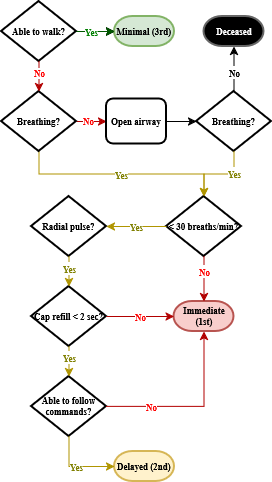
Atsina/images keeps this draw.io diagram as Triage Flowchart.drawio.png. Above is the earlier version. Source tidied: cells renumbered, new cells last; positions are measured from the earlier drawing's top-left corner, leaving out a move shared by most shapes.
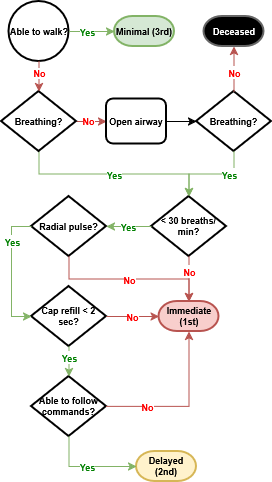
The same diagram one commit later.

Diff of the diagram source:
```diff
@@ -5,16 +5,10 @@
     <mxCell id="2" value="Minimal (3rd)" style="strokeWidth=2;html=1;shape=mxgraph.flowchart.terminator;whiteSpace=wrap;fillColor=#d5e8d4;strokeColor=#82b366;fontSize=9;fontStyle=1;verticalAlign=middle;" parent="1" vertex="1">
       <mxGeometry x="113" y="15" width="60" height="30" as="geometry" />
     </mxCell>
-    <mxCell id="3" style="edgeStyle=orthogonalEdgeStyle;rounded=0;jettySize=auto;html=1;" parent="1" edge="1" source="5" target="2">
-      <mxGeometry relative="1" as="geometry" />
-    </mxCell>
-    <mxCell id="4" style="edgeStyle=orthogonalEdgeStyle;rounded=0;jettySize=auto;html=1;" parent="1" edge="1" source="5" target="2">
-      <mxGeometry relative="1" as="geometry" />
-    </mxCell>
-    <mxCell id="5" value="&lt;div align=&quot;justify&quot;&gt;&lt;font&gt;Able to walk?&lt;/font&gt;&lt;/div&gt;" style="strokeWidth=2;html=1;shape=mxgraph.flowchart.decision;whiteSpace=wrap;fontSize=9;fontStyle=1;verticalAlign=middle;" parent="1" vertex="1">
-      <mxGeometry width="75" height="60" as="geometry" />
+    <mxCell id="5" value="&lt;div align=&quot;justify&quot;&gt;&lt;font&gt;Able to walk?&lt;/font&gt;&lt;/div&gt;" style="ellipse;whiteSpace=wrap;html=1;fontSize=9;strokeWidth=2;fontStyle=1;" parent="1" vertex="1">
+      <mxGeometry x="7.5" width="60" height="60" as="geometry" />
     </mxCell>
-    <mxCell id="6" style="edgeStyle=orthogonalEdgeStyle;rounded=0;jettySize=auto;html=1;exitX=1;exitY=0.5;exitDx=0;exitDy=0;exitPerimeter=0;entryX=0;entryY=0.5;entryDx=0;entryDy=0;align=center;strokeColor=#B20000;fillColor=#e51400;" parent="1" edge="1" source="9" target="10">
+    <mxCell id="6" style="edgeStyle=orthogonalEdgeStyle;rounded=0;jettySize=auto;html=1;exitX=1;exitY=0.5;exitDx=0;exitDy=0;exitPerimeter=0;entryX=0;entryY=0.5;entryDx=0;entryDy=0;align=center;strokeColor=#b85450;fillColor=#f8cecc;" parent="1" edge="1" source="9" target="10">
       <mxGeometry relative="1" as="geometry" />
     </mxCell>
     <mxCell id="7" value="&lt;font style=&quot;font-size: 9px;&quot;&gt;&lt;b&gt;No&lt;/b&gt;&lt;/font&gt;" style="edgeLabel;html=1;align=center;verticalAlign=middle;fontColor=light-dark(#ff0000, #ededed);" parent="6" vertex="1">
@@ -22,7 +16,7 @@
         <mxPoint x="3" y="-2" as="offset" />
       </mxGeometry>
     </mxCell>
-    <mxCell id="8" value="&lt;font style=&quot;font-size: 9px;&quot;&gt;&lt;b&gt;Yes&lt;/b&gt;&lt;/font&gt;" style="edgeStyle=orthogonalEdgeStyle;rounded=0;jettySize=auto;html=1;exitX=0.5;exitY=1;exitDx=0;exitDy=0;exitPerimeter=0;strokeColor=#B09500;fontColor=light-dark(#808000, #808000);fillColor=#e3c800;" parent="1" edge="1" source="9" target="13">
+    <mxCell id="8" value="&lt;font style=&quot;font-size: 9px;&quot;&gt;&lt;b&gt;Yes&lt;/b&gt;&lt;/font&gt;" style="edgeStyle=orthogonalEdgeStyle;rounded=0;jettySize=auto;html=1;exitX=0.5;exitY=1;exitDx=0;exitDy=0;exitPerimeter=0;strokeColor=#82b366;fontColor=light-dark(#008000, #ededed);fillColor=#d5e8d4;" parent="1" edge="1" source="9" target="13">
       <mxGeometry relative="1" as="geometry" />
     </mxCell>
     <mxCell id="9" value="Breathing?" style="strokeWidth=2;html=1;shape=mxgraph.flowchart.decision;whiteSpace=wrap;fontSize=9;fontStyle=1;verticalAlign=middle;" parent="1" vertex="1">
@@ -38,7 +32,7 @@
       <mxGeometry x="202.5" y="15" width="60" height="30" as="geometry" />
     </mxCell>
     <mxCell id="13" value="&amp;lt; 30 breaths/min?" style="strokeWidth=2;html=1;shape=mxgraph.flowchart.decision;whiteSpace=wrap;fontSize=9;fontStyle=1;verticalAlign=middle;" parent="1" vertex="1">
-      <mxGeometry x="165" y="195" width="75" height="60" as="geometry" />
+      <mxGeometry x="150" y="195" width="75" height="60" as="geometry" />
     </mxCell>
     <mxCell id="14" value="Radial pulse?" style="strokeWidth=2;html=1;shape=mxgraph.flowchart.decision;whiteSpace=wrap;fontSize=9;fontStyle=1;verticalAlign=middle;" parent="1" vertex="1">
       <mxGeometry x="30" y="195" width="75" height="60" as="geometry" />
@@ -50,12 +44,12 @@
       <mxGeometry x="30" y="375" width="75" height="60" as="geometry" />
     </mxCell>
     <mxCell id="17" value="Delayed (2nd)" style="strokeWidth=2;html=1;shape=mxgraph.flowchart.terminator;whiteSpace=wrap;fillColor=#fff2cc;strokeColor=#d6b656;fontSize=9;fontStyle=1;verticalAlign=middle;" parent="1" vertex="1">
-      <mxGeometry x="113" y="450" width="60" height="30" as="geometry" />
+      <mxGeometry x="135" y="450" width="60" height="30" as="geometry" />
     </mxCell>
     <mxCell id="18" value="Immediate (1st)" style="strokeWidth=2;html=1;shape=mxgraph.flowchart.terminator;whiteSpace=wrap;fillColor=#f8cecc;strokeColor=#b85450;fontSize=9;fontStyle=1;verticalAlign=middle;" parent="1" vertex="1">
-      <mxGeometry x="172.5" y="300" width="60" height="30" as="geometry" />
+      <mxGeometry x="157.5" y="300" width="60" height="30" as="geometry" />
     </mxCell>
-    <mxCell id="19" style="edgeStyle=orthogonalEdgeStyle;rounded=0;jettySize=auto;html=1;exitX=0.5;exitY=1;exitDx=0;exitDy=0;exitPerimeter=0;entryX=0.5;entryY=0;entryDx=0;entryDy=0;entryPerimeter=0;strokeColor=#B20000;fillColor=#e51400;" parent="1" edge="1" source="5" target="9">
+    <mxCell id="19" style="edgeStyle=orthogonalEdgeStyle;rounded=0;jettySize=auto;html=1;exitX=0.5;exitY=1;exitDx=0;exitDy=0;exitPerimeter=0;entryX=0.5;entryY=0;entryDx=0;entryDy=0;entryPerimeter=0;strokeColor=#b85450;fillColor=#f8cecc;" parent="1" edge="1" source="5" target="9">
       <mxGeometry relative="1" as="geometry" />
     </mxCell>
     <mxCell id="20" value="&lt;b&gt;No&lt;/b&gt;" style="edgeLabel;html=1;align=center;verticalAlign=middle;fontSize=9;fontColor=light-dark(#ff0000, #ededed);" parent="19" vertex="1">
@@ -63,54 +57,56 @@
         <mxPoint y="-1" as="offset" />
       </mxGeometry>
     </mxCell>
-    <mxCell id="21" style="edgeStyle=orthogonalEdgeStyle;rounded=0;jettySize=auto;html=1;exitX=0.5;exitY=0;exitDx=0;exitDy=0;exitPerimeter=0;entryX=0.5;entryY=1;entryDx=0;entryDy=0;entryPerimeter=0;strokeColor=light-dark(#000000, #000000);fillColor=#e51400;" parent="1" edge="1" source="11" target="12">
+    <mxCell id="21" style="edgeStyle=orthogonalEdgeStyle;rounded=0;jettySize=auto;html=1;exitX=0.5;exitY=0;exitDx=0;exitDy=0;exitPerimeter=0;entryX=0.5;entryY=1;entryDx=0;entryDy=0;entryPerimeter=0;strokeColor=#b85450;fillColor=#f8cecc;" parent="1" edge="1" source="11" target="12">
       <mxGeometry relative="1" as="geometry" />
     </mxCell>
-    <mxCell id="22" value="&lt;font style=&quot;font-size: 9px;&quot;&gt;&lt;b&gt;No&lt;/b&gt;&lt;/font&gt;" style="edgeLabel;html=1;align=center;verticalAlign=middle;fontColor=light-dark(#000000, #000000);" parent="21" vertex="1">
+    <mxCell id="22" value="&lt;font style=&quot;font-size: 9px;&quot;&gt;&lt;b&gt;No&lt;/b&gt;&lt;/font&gt;" style="edgeLabel;html=1;align=center;verticalAlign=middle;fontColor=light-dark(#ff0000, #ededed);" parent="21" vertex="1">
       <mxGeometry x="-0.1" relative="1" as="geometry" />
     </mxCell>
     <mxCell id="23" style="edgeStyle=orthogonalEdgeStyle;rounded=0;jettySize=auto;html=1;exitX=1;exitY=0.5;exitDx=0;exitDy=0;entryX=0;entryY=0.5;entryDx=0;entryDy=0;entryPerimeter=0;" parent="1" edge="1" source="10" target="11">
       <mxGeometry relative="1" as="geometry" />
     </mxCell>
-    <mxCell id="24" style="edgeStyle=orthogonalEdgeStyle;rounded=0;jettySize=auto;html=1;exitX=0.5;exitY=1;exitDx=0;exitDy=0;exitPerimeter=0;entryX=0.5;entryY=0;entryDx=0;entryDy=0;entryPerimeter=0;verticalAlign=middle;fontColor=light-dark(#008000, #ededed);strokeColor=#B09500;fillColor=#e3c800;" parent="1" edge="1" source="14" target="15">
+    <mxCell id="24" style="edgeStyle=orthogonalEdgeStyle;rounded=0;jettySize=auto;html=1;exitX=0;exitY=0.5;exitDx=0;exitDy=0;exitPerimeter=0;entryX=0;entryY=0.5;entryDx=0;entryDy=0;entryPerimeter=0;verticalAlign=middle;fontColor=light-dark(#008000, #ededed);strokeColor=#82b366;fillColor=#d5e8d4;" parent="1" edge="1" source="14" target="15">
       <mxGeometry relative="1" as="geometry" />
     </mxCell>
-    <mxCell id="25" value="&lt;b&gt;&lt;font style=&quot;font-size: 9px;&quot;&gt;Yes&lt;/font&gt;&lt;/b&gt;" style="edgeLabel;html=1;align=center;verticalAlign=middle;fontColor=light-dark(#808000, #808000);" parent="24" vertex="1">
+    <mxCell id="25" value="&lt;b&gt;&lt;font style=&quot;font-size: 9px; color: light-dark(rgb(0, 128, 0), rgb(237, 237, 237));&quot;&gt;Yes&lt;/font&gt;&lt;/b&gt;" style="edgeLabel;html=1;align=center;verticalAlign=middle;" parent="24" vertex="1">
       <mxGeometry x="-0.54" relative="1" as="geometry">
         <mxPoint y="4" as="offset" />
       </mxGeometry>
     </mxCell>
-    <mxCell id="26" style="edgeStyle=orthogonalEdgeStyle;rounded=0;jettySize=auto;html=1;exitX=0.5;exitY=1;exitDx=0;exitDy=0;exitPerimeter=0;entryX=0.5;entryY=0;entryDx=0;entryDy=0;entryPerimeter=0;fillColor=#e3c800;strokeColor=#B09500;fontColor=light-dark(#008000, #ededed);" parent="1" edge="1" source="15" target="16">
+    <mxCell id="26" style="edgeStyle=orthogonalEdgeStyle;rounded=0;jettySize=auto;html=1;exitX=0.5;exitY=1;exitDx=0;exitDy=0;exitPerimeter=0;entryX=0.5;entryY=0;entryDx=0;entryDy=0;entryPerimeter=0;fillColor=#d5e8d4;strokeColor=#82b366;fontColor=light-dark(#008000, #ededed);" parent="1" edge="1" source="15" target="16">
       <mxGeometry x="-0.01" relative="1" as="geometry" />
     </mxCell>
-    <mxCell id="27" value="&lt;b&gt;&lt;font style=&quot;font-size: 9px;&quot;&gt;Yes&lt;/font&gt;&lt;/b&gt;" style="edgeLabel;html=1;align=center;verticalAlign=middle;fontColor=light-dark(#808000, #808000);" parent="26" vertex="1">
+    <mxCell id="27" value="&lt;b&gt;&lt;font style=&quot;font-size: 9px; color: light-dark(rgb(0, 128, 0), rgb(237, 237, 237));&quot;&gt;Yes&lt;/font&gt;&lt;/b&gt;" style="edgeLabel;html=1;align=center;verticalAlign=middle;" parent="26" vertex="1">
       <mxGeometry x="-0.33" y="-2" relative="1" as="geometry">
         <mxPoint x="2" as="offset" />
       </mxGeometry>
     </mxCell>
-    <mxCell id="28" value="&lt;font style=&quot;font-size: 9px;&quot;&gt;&lt;b&gt;Yes&lt;/b&gt;&lt;/font&gt;" style="edgeStyle=orthogonalEdgeStyle;rounded=0;jettySize=auto;html=1;exitX=0;exitY=0.5;exitDx=0;exitDy=0;exitPerimeter=0;entryX=1;entryY=0.5;entryDx=0;entryDy=0;entryPerimeter=0;strokeColor=#B09500;fontColor=light-dark(#808000, #808000);fillColor=#e3c800;" parent="1" edge="1" source="13" target="14">
+    <mxCell id="28" value="&lt;font style=&quot;font-size: 9px;&quot;&gt;&lt;b&gt;Yes&lt;/b&gt;&lt;/font&gt;" style="edgeStyle=orthogonalEdgeStyle;rounded=0;jettySize=auto;html=1;exitX=0;exitY=0.5;exitDx=0;exitDy=0;exitPerimeter=0;entryX=1;entryY=0.5;entryDx=0;entryDy=0;entryPerimeter=0;strokeColor=#82b366;fontColor=light-dark(#008000, #ededed);fillColor=#d5e8d4;" parent="1" edge="1" source="13" target="14">
       <mxGeometry relative="1" as="geometry" />
     </mxCell>
-    <mxCell id="29" value="&lt;font style=&quot;font-size: 9px;&quot;&gt;&lt;b&gt;Yes&lt;/b&gt;&lt;/font&gt;" style="edgeStyle=orthogonalEdgeStyle;rounded=0;jettySize=auto;html=1;exitX=0.5;exitY=1;exitDx=0;exitDy=0;exitPerimeter=0;entryX=0;entryY=0.5;entryDx=0;entryDy=0;entryPerimeter=0;fillColor=#e3c800;strokeColor=#B09500;fontColor=light-dark(#808000, #ededed);" parent="1" edge="1" source="16" target="17">
+    <mxCell id="29" value="&lt;font style=&quot;font-size: 9px;&quot;&gt;&lt;b&gt;Yes&lt;/b&gt;&lt;/font&gt;" style="edgeStyle=orthogonalEdgeStyle;rounded=0;jettySize=auto;html=1;exitX=0.5;exitY=1;exitDx=0;exitDy=0;exitPerimeter=0;entryX=0;entryY=0.5;entryDx=0;entryDy=0;entryPerimeter=0;fillColor=#d5e8d4;strokeColor=#82b366;fontColor=light-dark(#008000, #ededed);" parent="1" edge="1" source="16" target="17">
       <mxGeometry x="-0.01" relative="1" as="geometry" />
     </mxCell>
-    <mxCell id="30" value="&lt;b&gt;&lt;font style=&quot;font-size: 9px;&quot;&gt;No&lt;/font&gt;&lt;/b&gt;" style="edgeStyle=orthogonalEdgeStyle;rounded=0;jettySize=auto;html=1;exitX=1;exitY=0.5;exitDx=0;exitDy=0;exitPerimeter=0;entryX=0.5;entryY=1;entryDx=0;entryDy=0;entryPerimeter=0;fillColor=#e51400;strokeColor=#B20000;fontColor=light-dark(#ff0000, #ededed);" parent="1" edge="1" source="16" target="18">
+    <mxCell id="30" value="&lt;b&gt;&lt;font style=&quot;font-size: 9px;&quot;&gt;No&lt;/font&gt;&lt;/b&gt;" style="edgeStyle=orthogonalEdgeStyle;rounded=0;jettySize=auto;html=1;exitX=1;exitY=0.5;exitDx=0;exitDy=0;exitPerimeter=0;entryX=0.5;entryY=1;entryDx=0;entryDy=0;entryPerimeter=0;fillColor=#f8cecc;strokeColor=#b85450;fontColor=light-dark(#ff0000, #ededed);" parent="1" edge="1" source="16" target="18">
       <mxGeometry x="-0.48" relative="1" as="geometry" />
     </mxCell>
-    <mxCell id="31" value="&lt;b&gt;&lt;font style=&quot;font-size: 9px;&quot;&gt;Yes&lt;/font&gt;&lt;/b&gt;" style="edgeStyle=orthogonalEdgeStyle;rounded=0;jettySize=auto;html=1;exitX=0.5;exitY=1;exitDx=0;exitDy=0;exitPerimeter=0;entryX=0.5;entryY=0;entryDx=0;entryDy=0;entryPerimeter=0;fontColor=light-dark(#808000, #808000);strokeColor=#B09500;fillColor=#e3c800;" parent="1" edge="1" source="11" target="13">
+    <mxCell id="31" value="&lt;b&gt;&lt;font style=&quot;font-size: 9px;&quot;&gt;Yes&lt;/font&gt;&lt;/b&gt;" style="edgeStyle=orthogonalEdgeStyle;rounded=0;jettySize=auto;html=1;exitX=0.5;exitY=1;exitDx=0;exitDy=0;exitPerimeter=0;entryX=0.5;entryY=0;entryDx=0;entryDy=0;entryPerimeter=0;fontColor=light-dark(#008000, #ededed);strokeColor=#82b366;fillColor=#d5e8d4;" parent="1" edge="1" source="11" target="13">
       <mxGeometry x="-0.4" relative="1" as="geometry" />
     </mxCell>
-    <mxCell id="32" value="&lt;b&gt;&lt;font style=&quot;font-size: 9px;&quot;&gt;No&lt;/font&gt;&lt;/b&gt;" style="edgeStyle=orthogonalEdgeStyle;rounded=0;jettySize=auto;html=1;exitX=0.5;exitY=1;exitDx=0;exitDy=0;exitPerimeter=0;entryX=0.5;entryY=0;entryDx=0;entryDy=0;entryPerimeter=0;fillColor=#e51400;strokeColor=#B20000;fontColor=light-dark(#ff0000, #ededed);" parent="1" edge="1" source="13" target="18">
+    <mxCell id="32" value="&lt;b&gt;&lt;font style=&quot;font-size: 9px;&quot;&gt;No&lt;/font&gt;&lt;/b&gt;" style="edgeStyle=orthogonalEdgeStyle;rounded=0;jettySize=auto;html=1;exitX=0.5;exitY=1;exitDx=0;exitDy=0;exitPerimeter=0;entryX=0.5;entryY=0;entryDx=0;entryDy=0;entryPerimeter=0;fillColor=#f8cecc;strokeColor=#b85450;fontColor=light-dark(#ff0000, #ededed);" parent="1" edge="1" source="13" target="18">
       <mxGeometry x="-0.34" relative="1" as="geometry" />
     </mxCell>
-    <mxCell id="33" value="&lt;b&gt;&lt;font style=&quot;font-size: 9px;&quot;&gt;No&lt;/font&gt;&lt;/b&gt;" style="edgeStyle=orthogonalEdgeStyle;rounded=0;jettySize=auto;html=1;exitX=1;exitY=0.5;exitDx=0;exitDy=0;exitPerimeter=0;entryX=0;entryY=0.5;entryDx=0;entryDy=0;entryPerimeter=0;fillColor=#e51400;strokeColor=#B20000;fontColor=light-dark(#ff0000, #ededed);" parent="1" edge="1" source="15" target="18">
+    <mxCell id="33" value="&lt;b&gt;&lt;font style=&quot;font-size: 9px;&quot;&gt;No&lt;/font&gt;&lt;/b&gt;" style="edgeStyle=orthogonalEdgeStyle;rounded=0;jettySize=auto;html=1;exitX=1;exitY=0.5;exitDx=0;exitDy=0;exitPerimeter=0;entryX=0;entryY=0.5;entryDx=0;entryDy=0;entryPerimeter=0;fillColor=#f8cecc;strokeColor=#b85450;fontColor=light-dark(#ff0000, #ededed);" parent="1" edge="1" source="15" target="18">
       <mxGeometry relative="1" as="geometry" />
     </mxCell>
-    <mxCell id="34" value="&lt;b&gt;&lt;font style=&quot;font-size: 9px;&quot;&gt;Yes&lt;/font&gt;&lt;/b&gt;" style="edgeStyle=orthogonalEdgeStyle;rounded=0;orthogonalLoop=1;jettySize=auto;html=1;exitX=1;exitY=0.5;exitDx=0;exitDy=0;exitPerimeter=0;entryX=0;entryY=0.5;entryDx=0;entryDy=0;entryPerimeter=0;labelPosition=center;verticalLabelPosition=top;align=center;verticalAlign=middle;fontColor=light-dark(#008000,#EDEDED);strokeColor=#005700;fillColor=#008a00;" parent="1" edge="1">
+    <mxCell id="34" value="&lt;b&gt;&lt;font style=&quot;font-size: 9px;&quot;&gt;Yes&lt;/font&gt;&lt;/b&gt;" style="edgeStyle=orthogonalEdgeStyle;rounded=0;jettySize=auto;html=1;exitX=1;exitY=0.5;exitDx=0;exitDy=0;entryX=0;entryY=0.5;entryDx=0;entryDy=0;entryPerimeter=0;labelPosition=center;verticalLabelPosition=top;align=center;verticalAlign=middle;fontColor=light-dark(#008000,#EDEDED);strokeColor=#82b366;fillColor=#d5e8d4;" parent="1" edge="1" source="5">
       <mxGeometry x="-0.22" relative="1" as="geometry">
-        <mxPoint x="75" y="30" as="sourcePoint" />
         <mxPoint x="113" y="30" as="targetPoint" />
       </mxGeometry>
     </mxCell>
+    <mxCell id="35" value="&lt;b style=&quot;color: rgb(255, 0, 0);&quot;&gt;&lt;font style=&quot;font-size: 9px;&quot;&gt;No&lt;/font&gt;&lt;/b&gt;" style="edgeStyle=orthogonalEdgeStyle;rounded=0;jettySize=auto;html=1;exitX=0.5;exitY=1;exitDx=0;exitDy=0;exitPerimeter=0;entryX=0.5;entryY=0;entryDx=0;entryDy=0;entryPerimeter=0;fillColor=#f8cecc;strokeColor=#b85450;" parent="1" edge="1" source="14" target="18">
+      <mxGeometry relative="1" as="geometry" />
+    </mxCell>
   </root>
 </mxGraphModel>
```
